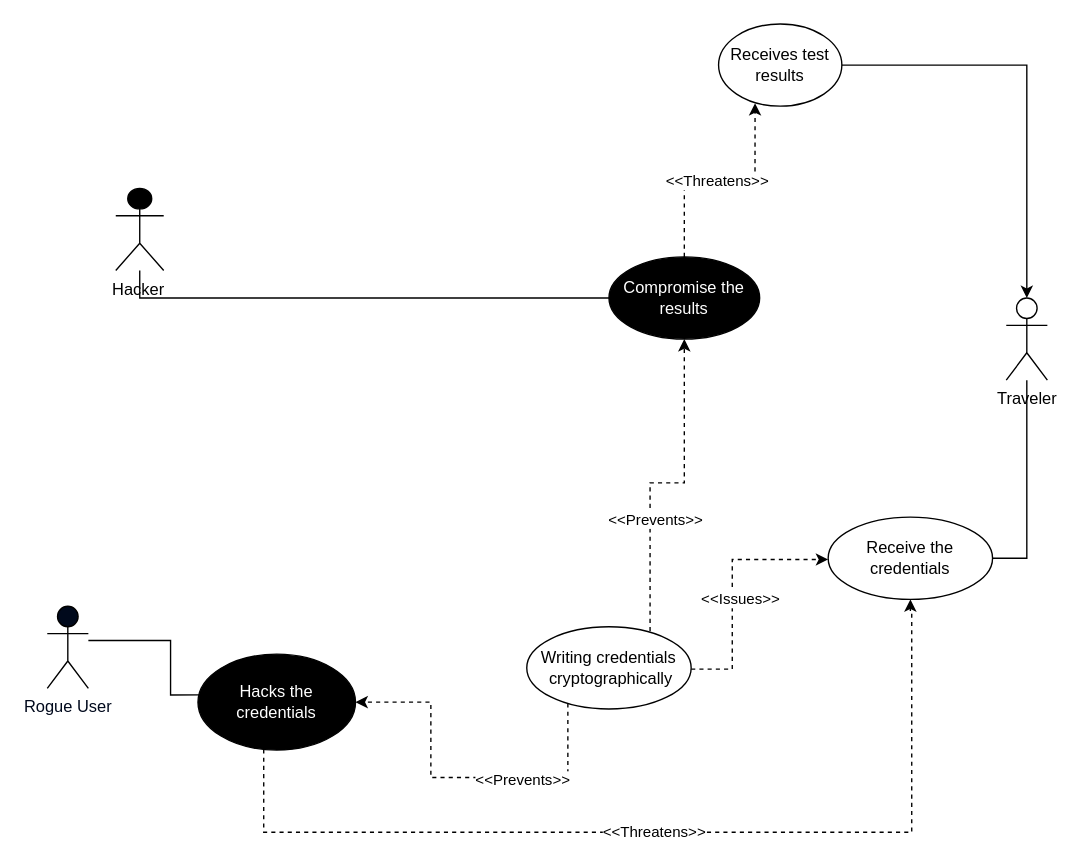
Before: Untitled Diagram.drawio in danielmulangu/Equation, a draw.io diagram. Source tidied: cells renumbered, new cells numbered last; positions are measured from the earlier drawing's top-left corner, leaving out a move shared by most shapes. Both pictures are drawn from the tidied source at 137%, with x=0, y=0 at pixel (47, 23).
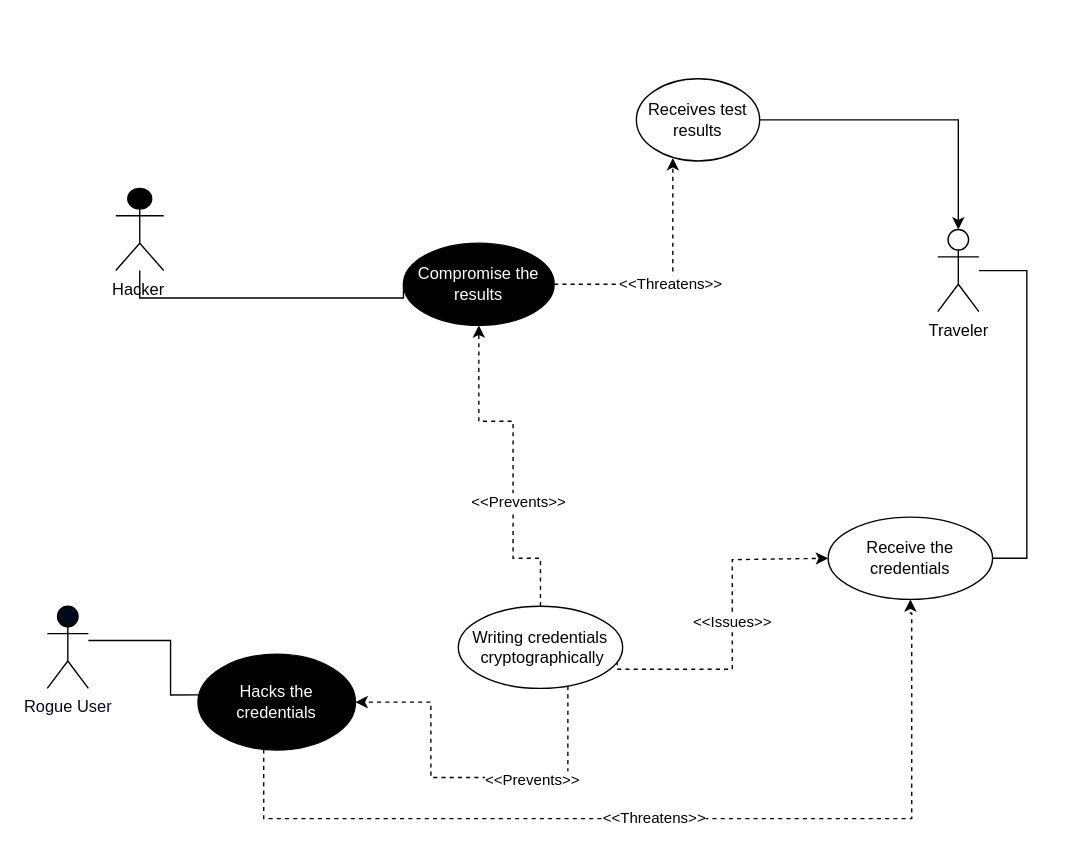
After the change.

The change refers to these unchanged cells:
```xml
<mxCell id="16" value="&lt;font color=&quot;#ffffff&quot;&gt;Hacks the credentials&lt;/font&gt;" style="ellipse;whiteSpace=wrap;html=1;fillColor=#000000;" parent="1" vertex="1">
  <mxGeometry x="110" y="460" width="115" height="70" as="geometry" />
</mxCell>
<mxCell id="17" value="Receive the credentials" style="ellipse;whiteSpace=wrap;html=1;" parent="1" vertex="1">
  <mxGeometry x="570" y="360" width="120" height="60" as="geometry" />
</mxCell>
```

The edit, as a diff of the source:
```diff
@@
     <mxCell id="3" value="Traveler" style="shape=umlActor;verticalLabelPosition=bottom;verticalAlign=top;html=1;outlineConnect=0;" parent="1" vertex="1">
-      <mxGeometry x="700" y="200" width="30" height="60" as="geometry" />
+      <mxGeometry x="650" y="150" width="30" height="60" as="geometry" />
     </mxCell>
@@
-    <mxCell id="6" style="edgeStyle=orthogonalEdgeStyle;rounded=0;orthogonalLoop=1;jettySize=auto;html=1;dashed=1;exitX=1;exitY=0.5;exitDx=0;exitDy=0;entryX=0;entryY=0.5;entryDx=0;entryDy=0;" parent="1" edge="1">
+    <mxCell id="6" style="edgeStyle=orthogonalEdgeStyle;rounded=0;jettySize=auto;html=1;dashed=1;exitX=0.967;exitY=0.667;exitDx=0;exitDy=0;entryX=0;entryY=0.5;entryDx=0;entryDy=0;exitPerimeter=0;" parent="1" edge="1" source="10" target="17">
       <mxGeometry relative="1" as="geometry">
-        <mxPoint x="470" y="470.9" as="sourcePoint" />
-        <mxPoint x="570" y="390.9" as="targetPoint" />
         <Array as="points">
-          <mxPoint x="500" y="470.9" />
-          <mxPoint x="500" y="390.9" />
+          <mxPoint x="416" y="471" />
+          <mxPoint x="500" y="471" />
+          <mxPoint x="500" y="391" />
         </Array>
       </mxGeometry>
     </mxCell>
@@
-    <mxCell id="8" style="edgeStyle=orthogonalEdgeStyle;rounded=0;jettySize=auto;html=1;exitX=1;exitY=0;exitDx=0;exitDy=0;entryX=0.5;entryY=1;entryDx=0;entryDy=0;dashed=1;" parent="1" edge="1" source="10" target="21">
+    <mxCell id="8" style="edgeStyle=orthogonalEdgeStyle;rounded=0;jettySize=auto;html=1;exitX=0.5;exitY=0;exitDx=0;exitDy=0;entryX=0.5;entryY=1;entryDx=0;entryDy=0;dashed=1;" parent="1" edge="1" source="10" target="21">
       <mxGeometry relative="1" as="geometry">
         <Array as="points">
-          <mxPoint x="440" y="449" />
-          <mxPoint x="440" y="335" />
-          <mxPoint x="465" y="335" />
+          <mxPoint x="360" y="390" />
+          <mxPoint x="340" y="390" />
+          <mxPoint x="340" y="290" />
+          <mxPoint x="315" y="290" />
         </Array>
       </mxGeometry>
     </mxCell>
@@
     <mxCell id="10" value="Writing credentials &amp;nbsp;cryptographically" style="ellipse;whiteSpace=wrap;html=1;" parent="1" vertex="1">
-      <mxGeometry x="350" y="440" width="120" height="60" as="geometry" />
+      <mxGeometry x="300" y="425" width="120" height="60" as="geometry" />
     </mxCell>
     <mxCell id="11" value="Receives test results" style="ellipse;whiteSpace=wrap;html=1;" parent="1" vertex="1">
-      <mxGeometry x="490" width="90" height="60" as="geometry" />
+      <mxGeometry x="430" y="40" width="90" height="60" as="geometry" />
     </mxCell>
@@
     <mxCell id="14" style="edgeStyle=orthogonalEdgeStyle;rounded=0;jettySize=auto;html=1;entryX=0.5;entryY=1;entryDx=0;entryDy=0;dashed=1;" parent="1" edge="1" source="16" target="17">
       <mxGeometry relative="1" as="geometry">
         <Array as="points">
-          <mxPoint x="158" y="590" />
-          <mxPoint x="631" y="590" />
+          <mxPoint x="158" y="580" />
+          <mxPoint x="631" y="580" />
           <mxPoint x="631" y="430" />
+          <mxPoint x="630" y="430" />
         </Array>
       </mxGeometry>
     </mxCell>
@@
     <mxCell id="21" value="&lt;font color=&quot;#ffffff&quot;&gt;Compromise the results&lt;/font&gt;" style="ellipse;whiteSpace=wrap;html=1;fillColor=#000000;" parent="1" vertex="1">
-      <mxGeometry x="410" y="170" width="110" height="60" as="geometry" />
+      <mxGeometry x="260" y="160" width="110" height="60" as="geometry" />
     </mxCell>
```
